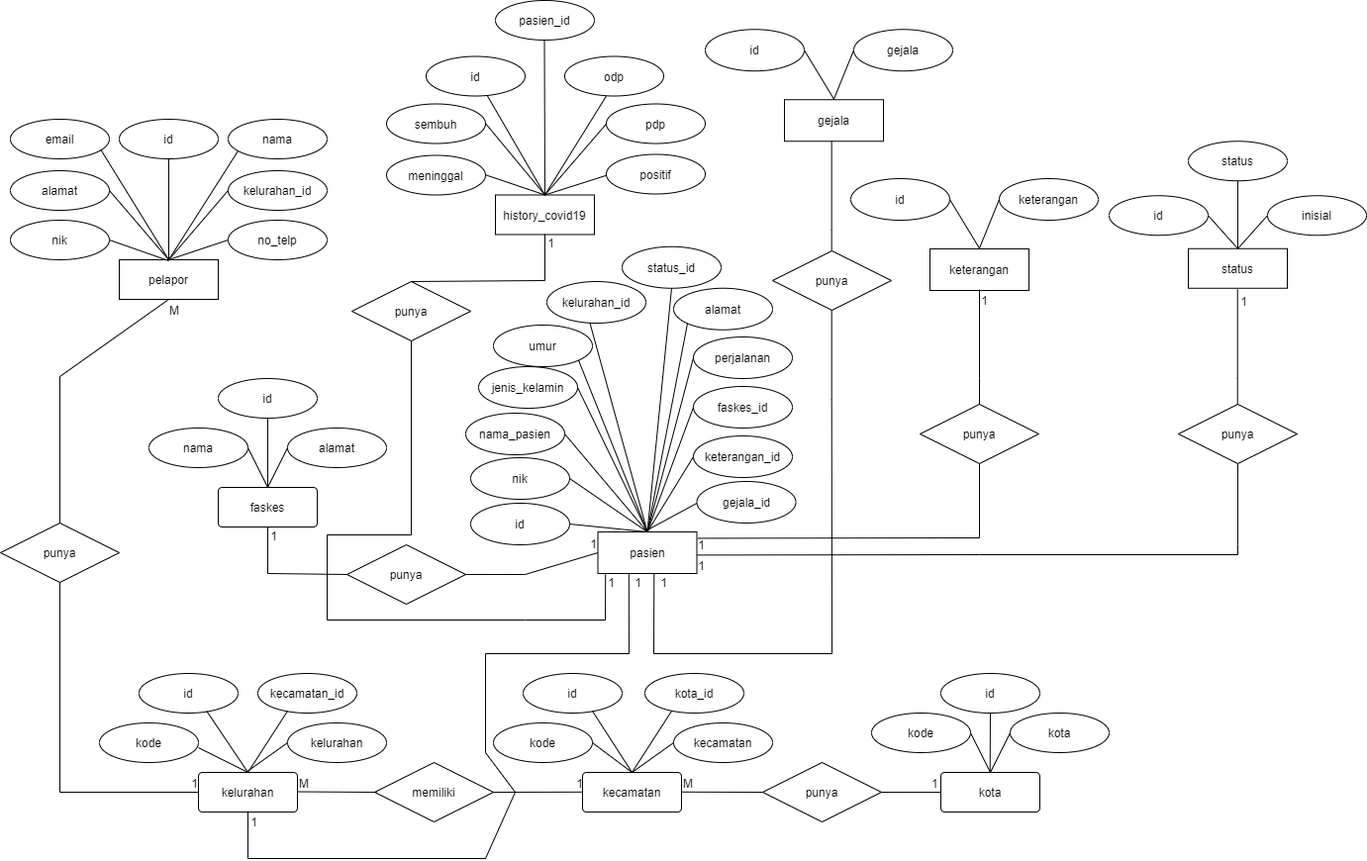
The draw.io diagram ERD Covid-19.png in axxpxmd/flowchart, before a commit. Source tidied: cells renumbered, new cells last; positions are measured from the earlier drawing's top-left corner, leaving out a move shared by most shapes.
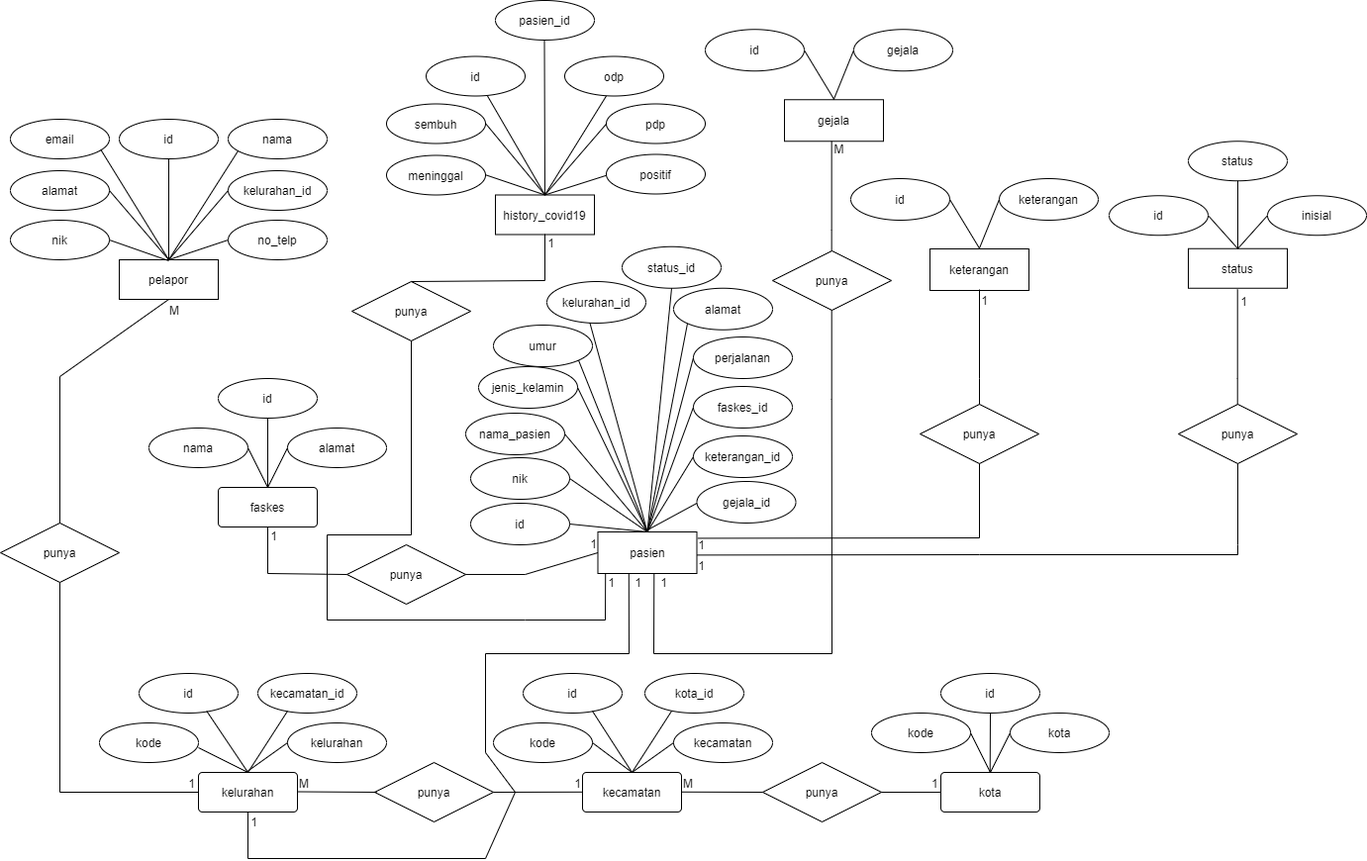
The same diagram one commit later.

Diff of the diagram source:
```diff
@@ -348,7 +348,7 @@
     <mxCell id="101" value="punya" style="shape=rhombus;perimeter=rhombusPerimeter;whiteSpace=wrap;html=1;align=center;" parent="1" vertex="1">
       <mxGeometry x="1190" y="408" width="120" height="60" as="geometry" />
     </mxCell>
-    <mxCell id="102" value="memiliki" style="shape=rhombus;perimeter=rhombusPerimeter;whiteSpace=wrap;html=1;align=center;" parent="1" vertex="1">
+    <mxCell id="102" value="punya" style="shape=rhombus;perimeter=rhombusPerimeter;whiteSpace=wrap;html=1;align=center;" parent="1" vertex="1">
       <mxGeometry x="378" y="770" width="120" height="60" as="geometry" />
     </mxCell>
     <mxCell id="103" value="punya" style="shape=rhombus;perimeter=rhombusPerimeter;whiteSpace=wrap;html=1;align=center;" parent="1" vertex="1">
@@ -386,7 +386,9 @@
       </mxGeometry>
     </mxCell>
     <mxCell id="112" value="1" style="html=1;align=right;verticalAlign=bottom;" parent="111" vertex="1">
-      <mxGeometry x="1" relative="1" as="geometry" />
+      <mxGeometry x="1" relative="1" as="geometry">
+        <mxPoint x="-2" as="offset" />
+      </mxGeometry>
     </mxCell>
     <mxCell id="113" style="endArrow=none;html=1;rounded=0;entryX=0;entryY=0.5;entryDx=0;entryDy=0;" parent="1" edge="1" target="103">
       <mxGeometry relative="1" as="geometry">
@@ -429,7 +431,7 @@
       </mxGeometry>
     </mxCell>
     <mxCell id="120" value="1" style="html=1;align=right;verticalAlign=bottom;" parent="1" vertex="1">
-      <mxGeometry x="190" y="780" as="geometry">
+      <mxGeometry x="187" y="780" as="geometry">
         <mxPoint x="10" y="20.1" as="offset" />
       </mxGeometry>
     </mxCell>
@@ -611,5 +613,8 @@
     <mxCell id="150" value="1" style="text;html=1;align=center;verticalAlign=middle;" parent="1" vertex="1">
       <mxGeometry x="660" y="578" width="20" height="20" as="geometry" />
     </mxCell>
+    <mxCell id="151" value="M" style="text;html=1;align=center;verticalAlign=middle;" parent="1" vertex="1">
+      <mxGeometry x="832" y="140" width="30" height="20" as="geometry" />
+    </mxCell>
   </root>
 </mxGraphModel>
```
